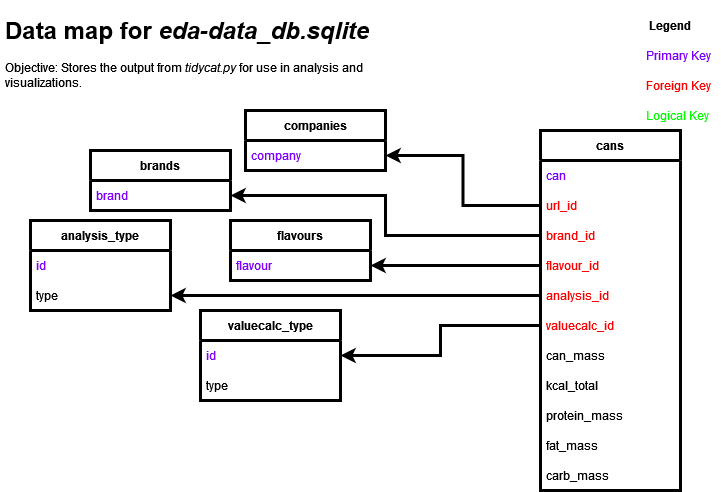
Earlier version of the draw.io export projectartifacts/eda-data_dbmap.drawio.png (travisyardley/ailieful). Source tidied: cells renumbered, new cells last; positions are measured from the earlier drawing's top-left corner, leaving out a move shared by most shapes.
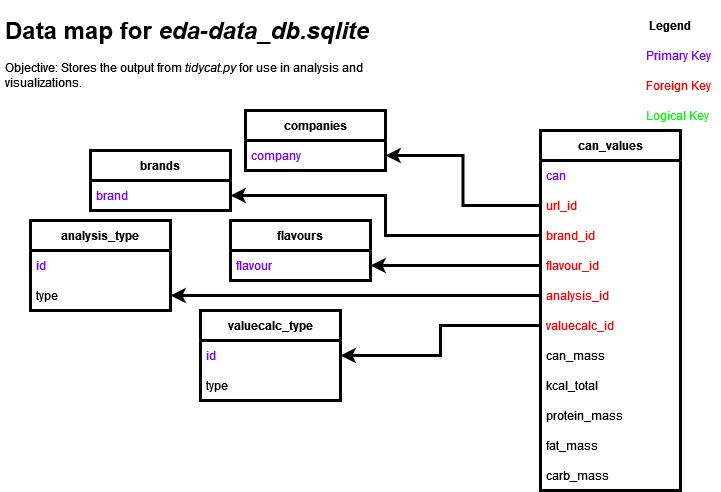
The same file after the commit.

The edit, as a diff of the source:
```diff
@@ -8,7 +8,7 @@
     <mxCell id="3" value="company" style="text;strokeColor=none;fillColor=none;align=left;verticalAlign=middle;spacingLeft=4;spacingRight=4;overflow=hidden;points=[[0,0.5],[1,0.5]];portConstraint=eastwest;fontColor=#7F00FF;" parent="2" vertex="1">
       <mxGeometry y="30" width="140" height="30" as="geometry" />
     </mxCell>
-    <mxCell id="4" value="cans" style="swimlane;fontStyle=1;horizontal=1;startSize=30;strokeWidth=3;" parent="1" vertex="1">
+    <mxCell id="4" value="can_values" style="swimlane;fontStyle=1;horizontal=1;startSize=30;strokeWidth=3;" parent="1" vertex="1">
       <mxGeometry x="540" y="120" width="140" height="360" as="geometry" />
     </mxCell>
     <mxCell id="5" value="can" style="text;strokeColor=none;fillColor=none;align=left;verticalAlign=middle;spacingLeft=4;spacingRight=4;overflow=hidden;fontColor=#7F00FF;" parent="4" vertex="1">
```
